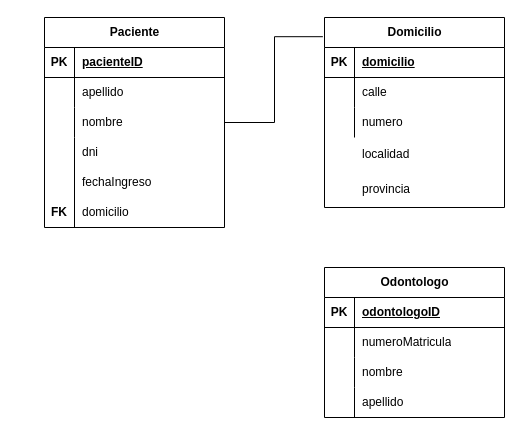
Before: assets/clinica.drawio in Digital-House-Repos/clinicaspring, a draw.io diagram. Source tidied: cells renumbered, new cells numbered last; positions are measured from the earlier drawing's top-left corner, leaving out a move shared by most shapes. Both pictures are drawn from the tidied source at 100%, with x=0, y=0 at pixel (44, 17).
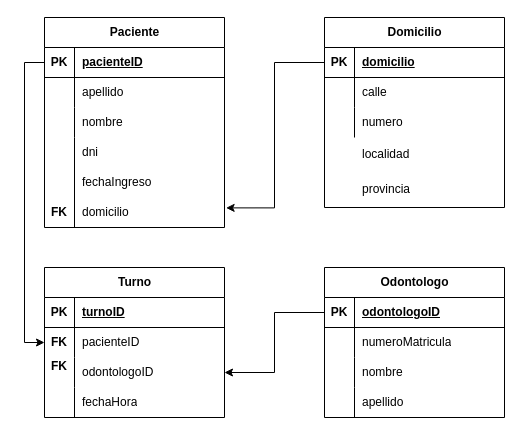
The same page after the edit.

Commit message (it also covers changes not shown here):
Add CurstomResponse class & Update assets drawio

Unchanged cells that the change refers to:
```xml
<mxCell id="3" value="Paciente" style="shape=table;startSize=30;childLayout=tableLayout;rowLines=0;fontStyle=1;align=center;html=1;" parent="2" vertex="1">
  <mxGeometry width="180" height="210" as="geometry" />
</mxCell>
<mxCell id="4" style="shape=tableRow;horizontal=0;startSize=0;swimlaneHead=0;swimlaneBody=0;fillColor=none;points=[[0,0.5],[1,0.5]];portConstraint=eastwest;top=0;left=0;right=0;bottom=1;" parent="3" vertex="1">
  <mxGeometry y="30" width="180" height="30" as="geometry" />
</mxCell>
<mxCell id="13" style="shape=tableRow;horizontal=0;startSize=0;swimlaneHead=0;swimlaneBody=0;fillColor=none;points=[[0,0.5],[1,0.5]];portConstraint=eastwest;top=0;left=0;right=0;bottom=0;" parent="3" vertex="1">
  <mxGeometry y="120" width="180" height="90" as="geometry" />
</mxCell>
<mxCell id="22" value="Domicilio" style="shape=table;startSize=30;childLayout=tableLayout;rowLines=0;fontStyle=1;align=center;html=1;" parent="19" vertex="1">
  <mxGeometry width="180" height="190" as="geometry" />
</mxCell>
<mxCell id="23" style="shape=tableRow;horizontal=0;startSize=0;swimlaneHead=0;swimlaneBody=0;fillColor=none;points=[[0,0.5],[1,0.5]];portConstraint=eastwest;top=0;left=0;right=0;bottom=1;" parent="22" vertex="1">
  <mxGeometry y="30" width="180" height="30" as="geometry" />
</mxCell>
<mxCell id="34" style="shape=tableRow;horizontal=0;startSize=0;swimlaneHead=0;swimlaneBody=0;fillColor=none;points=[[0,0.5],[1,0.5]];portConstraint=eastwest;top=0;left=0;right=0;bottom=1;" parent="33" vertex="1">
  <mxGeometry y="30" width="180" height="30" as="geometry" />
</mxCell>
```

The edit, as a diff of the source:
```diff
@@
-    <mxCell id="32" style="edgeStyle=orthogonalEdgeStyle;rounded=0;jettySize=auto;html=1;entryX=-0.009;entryY=0.101;entryDx=0;entryDy=0;entryPerimeter=0;endArrow=none;endFill=0;" parent="1" edge="1" source="3" target="22">
-      <mxGeometry relative="1" as="geometry" />
-    </mxCell>
@@
+    <mxCell id="46" style="group;" parent="1" vertex="1">
+      <mxGeometry y="250" width="180" height="150" as="geometry" />
+    </mxCell>
+    <mxCell id="47" value="Turno" style="shape=table;startSize=30;childLayout=tableLayout;rowLines=0;fontStyle=1;align=center;html=1;" parent="46" vertex="1">
+      <mxGeometry width="180" height="150" as="geometry" />
+    </mxCell>
+    <mxCell id="48" style="shape=tableRow;horizontal=0;startSize=0;swimlaneHead=0;swimlaneBody=0;fillColor=none;top=0;left=0;right=0;bottom=1;" parent="47" vertex="1">
+      <mxGeometry y="30" width="180" height="30" as="geometry" />
+    </mxCell>
+    <mxCell id="49" value="PK" style="shape=partialRectangle;fillColor=none;top=0;left=0;bottom=0;right=0;fontStyle=1;overflow=hidden;whiteSpace=wrap;html=1;" parent="48" vertex="1">
+      <mxGeometry width="30" height="30" as="geometry" />
+    </mxCell>
+    <mxCell id="50" value="turnoID" style="shape=partialRectangle;fillColor=none;top=0;left=0;bottom=0;right=0;align=left;spacingLeft=6;fontStyle=5;overflow=hidden;whiteSpace=wrap;html=1;" parent="48" vertex="1">
+      <mxGeometry x="30" width="150" height="30" as="geometry" />
+    </mxCell>
+    <mxCell id="51" style="shape=tableRow;horizontal=0;startSize=0;swimlaneHead=0;swimlaneBody=0;fillColor=none;points=[[0,0.5],[1,0.5]];portConstraint=eastwest;top=0;left=0;right=0;bottom=0;" parent="47" vertex="1">
+      <mxGeometry y="60" width="180" height="30" as="geometry" />
+    </mxCell>
+    <mxCell id="52" style="shape=partialRectangle;fillColor=none;top=0;left=0;bottom=0;right=0;overflow=hidden;whiteSpace=wrap;html=1;" parent="51" vertex="1">
+      <mxGeometry width="30" height="30" as="geometry" />
+    </mxCell>
+    <mxCell id="53" value="pacienteID" style="shape=partialRectangle;fillColor=none;top=0;left=0;bottom=0;right=0;align=left;spacingLeft=6;overflow=hidden;whiteSpace=wrap;html=1;" parent="51" vertex="1">
+      <mxGeometry x="30" width="150" height="30" as="geometry" />
+    </mxCell>
+    <mxCell id="54" style="shape=tableRow;horizontal=0;startSize=0;swimlaneHead=0;swimlaneBody=0;fillColor=none;points=[[0,0.5],[1,0.5]];portConstraint=eastwest;top=0;left=0;right=0;bottom=0;" parent="47" vertex="1">
+      <mxGeometry y="90" width="180" height="30" as="geometry" />
+    </mxCell>
+    <mxCell id="55" style="shape=partialRectangle;fillColor=none;top=0;left=0;bottom=0;right=0;overflow=hidden;whiteSpace=wrap;html=1;" parent="54" vertex="1">
+      <mxGeometry width="30" height="30" as="geometry" />
+    </mxCell>
+    <mxCell id="56" value="odontologoID" style="shape=partialRectangle;fillColor=none;top=0;left=0;bottom=0;right=0;align=left;spacingLeft=6;overflow=hidden;whiteSpace=wrap;html=1;" parent="54" vertex="1">
+      <mxGeometry x="30" width="150" height="30" as="geometry" />
+    </mxCell>
+    <mxCell id="57" style="shape=tableRow;horizontal=0;startSize=0;swimlaneHead=0;swimlaneBody=0;fillColor=none;top=0;left=0;right=0;bottom=0;" parent="47" vertex="1">
+      <mxGeometry y="120" width="180" height="30" as="geometry" />
+    </mxCell>
+    <mxCell id="58" style="shape=partialRectangle;fillColor=none;top=0;left=0;bottom=0;right=0;overflow=hidden;whiteSpace=wrap;html=1;" parent="57" vertex="1">
+      <mxGeometry width="30" height="30" as="geometry" />
+    </mxCell>
+    <mxCell id="59" value="fechaHora" style="shape=partialRectangle;fillColor=none;top=0;left=0;bottom=0;right=0;align=left;spacingLeft=6;overflow=hidden;whiteSpace=wrap;html=1;" parent="57" vertex="1">
+      <mxGeometry x="30" width="150" height="30" as="geometry" />
+    </mxCell>
+    <mxCell id="60" value="&lt;span style=&quot;font-weight: 700;&quot;&gt;FK&lt;/span&gt;" style="shape=partialRectangle;fillColor=none;top=0;left=0;bottom=0;right=0;overflow=hidden;whiteSpace=wrap;html=1;" parent="46" vertex="1">
+      <mxGeometry y="62.9" width="30" height="24.3" as="geometry" />
+    </mxCell>
+    <mxCell id="61" value="&lt;span style=&quot;font-weight: 700;&quot;&gt;FK&lt;/span&gt;" style="shape=partialRectangle;fillColor=none;top=0;left=0;bottom=0;right=0;overflow=hidden;whiteSpace=wrap;html=1;" parent="46" vertex="1">
+      <mxGeometry y="87.1" width="30" height="24.3" as="geometry" />
+    </mxCell>
+    <mxCell id="62" style="edgeStyle=orthogonalEdgeStyle;rounded=0;jettySize=auto;html=1;entryX=0;entryY=0.5;entryDx=0;entryDy=0;" parent="1" edge="1" source="4" target="51">
+      <mxGeometry relative="1" as="geometry" />
+    </mxCell>
+    <mxCell id="63" style="edgeStyle=orthogonalEdgeStyle;rounded=0;jettySize=auto;html=1;entryX=1;entryY=0.5;entryDx=0;entryDy=0;" parent="1" edge="1" source="34" target="54">
+      <mxGeometry relative="1" as="geometry" />
+    </mxCell>
+    <mxCell id="64" style="edgeStyle=orthogonalEdgeStyle;rounded=0;jettySize=auto;html=1;entryX=1.009;entryY=0.782;entryDx=0;entryDy=0;entryPerimeter=0;" parent="1" edge="1" source="23" target="13">
+      <mxGeometry relative="1" as="geometry" />
+    </mxCell>
```
